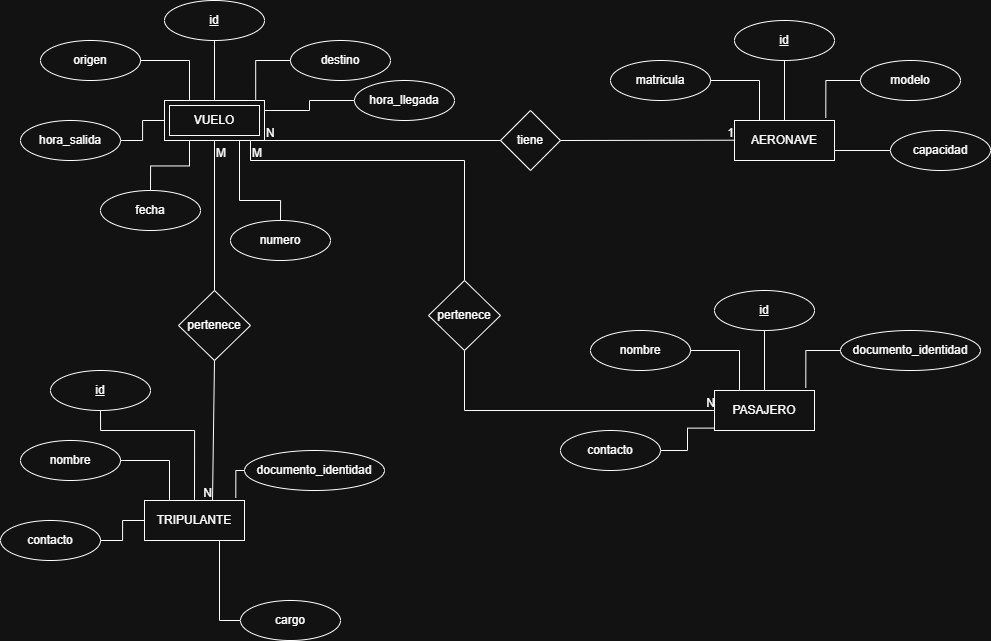
Earlier version of the draw.io export Diagrama_MER.png (CamiloRC317/Redondo_Juan_Taller_LATAM). Source tidied: cells renumbered, new cells last; positions are measured from the earlier drawing's top-left corner, leaving out a move shared by most shapes. The source it was exported from:
```xml
<mxGraphModel>
  <root>
    <mxCell id="0" />
    <mxCell id="1" parent="0" />
    <mxCell id="2" style="edgeStyle=orthogonalEdgeStyle;rounded=0;jettySize=auto;html=1;exitX=0.5;exitY=1;exitDx=0;exitDy=0;entryX=0.5;entryY=0;entryDx=0;entryDy=0;endArrow=none;endFill=0;" parent="1" edge="1" source="3">
      <mxGeometry relative="1" as="geometry">
        <mxPoint x="214" y="100" as="targetPoint" />
      </mxGeometry>
    </mxCell>
    <mxCell id="3" value="id" style="ellipse;whiteSpace=wrap;html=1;align=center;fontStyle=4;" parent="1" vertex="1">
      <mxGeometry x="164" width="100" height="40" as="geometry" />
    </mxCell>
    <mxCell id="4" value="origen" style="ellipse;whiteSpace=wrap;html=1;align=center;" parent="1" vertex="1">
      <mxGeometry x="40" y="40" width="100" height="40" as="geometry" />
    </mxCell>
    <mxCell id="5" value="destino" style="ellipse;whiteSpace=wrap;html=1;align=center;" parent="1" vertex="1">
      <mxGeometry x="290" y="40" width="100" height="40" as="geometry" />
    </mxCell>
    <mxCell id="6" style="edgeStyle=orthogonalEdgeStyle;rounded=0;jettySize=auto;html=1;exitX=1;exitY=0.5;exitDx=0;exitDy=0;entryX=0;entryY=0.5;entryDx=0;entryDy=0;endArrow=none;endFill=0;" parent="1" edge="1" source="7">
      <mxGeometry relative="1" as="geometry">
        <mxPoint x="164" y="120" as="targetPoint" />
      </mxGeometry>
    </mxCell>
    <mxCell id="7" value="hora_salida" style="ellipse;whiteSpace=wrap;html=1;align=center;" parent="1" vertex="1">
      <mxGeometry x="20" y="120" width="100" height="40" as="geometry" />
    </mxCell>
    <mxCell id="8" style="edgeStyle=orthogonalEdgeStyle;rounded=0;jettySize=auto;html=1;exitX=0.5;exitY=0;exitDx=0;exitDy=0;entryX=0.75;entryY=1;entryDx=0;entryDy=0;startArrow=none;startFill=0;endArrow=none;endFill=0;" parent="1" edge="1" source="9">
      <mxGeometry relative="1" as="geometry">
        <mxPoint x="239" y="140" as="targetPoint" />
        <Array as="points">
          <mxPoint x="280" y="200" />
          <mxPoint x="239" y="200" />
        </Array>
      </mxGeometry>
    </mxCell>
    <mxCell id="9" value="numero" style="ellipse;whiteSpace=wrap;html=1;align=center;" parent="1" vertex="1">
      <mxGeometry x="230" y="220" width="100" height="40" as="geometry" />
    </mxCell>
    <mxCell id="10" style="edgeStyle=orthogonalEdgeStyle;rounded=0;jettySize=auto;html=1;exitX=0;exitY=0.5;exitDx=0;exitDy=0;entryX=1;entryY=0.25;entryDx=0;entryDy=0;endArrow=none;endFill=0;" parent="1" edge="1" source="11" target="60">
      <mxGeometry relative="1" as="geometry" />
    </mxCell>
    <mxCell id="11" value="hora_llegada" style="ellipse;whiteSpace=wrap;html=1;align=center;" parent="1" vertex="1">
      <mxGeometry x="354" y="80" width="100" height="40" as="geometry" />
    </mxCell>
    <mxCell id="12" style="edgeStyle=orthogonalEdgeStyle;rounded=0;jettySize=auto;html=1;exitX=0.5;exitY=0;exitDx=0;exitDy=0;entryX=0.25;entryY=1;entryDx=0;entryDy=0;endArrow=none;endFill=0;" parent="1" edge="1" source="13">
      <mxGeometry relative="1" as="geometry">
        <mxPoint x="189" y="140" as="targetPoint" />
      </mxGeometry>
    </mxCell>
    <mxCell id="13" value="fecha" style="ellipse;whiteSpace=wrap;html=1;align=center;" parent="1" vertex="1">
      <mxGeometry x="100" y="190" width="100" height="40" as="geometry" />
    </mxCell>
    <mxCell id="14" style="edgeStyle=orthogonalEdgeStyle;rounded=0;jettySize=auto;html=1;exitX=0;exitY=0.5;exitDx=0;exitDy=0;entryX=0.912;entryY=-0.02;entryDx=0;entryDy=0;entryPerimeter=0;endArrow=none;endFill=0;" parent="1" edge="1" source="5" target="60">
      <mxGeometry relative="1" as="geometry" />
    </mxCell>
    <mxCell id="15" style="edgeStyle=orthogonalEdgeStyle;rounded=0;jettySize=auto;html=1;exitX=1;exitY=0.5;exitDx=0;exitDy=0;entryX=0.25;entryY=0;entryDx=0;entryDy=0;endArrow=none;endFill=0;" parent="1" edge="1" source="4">
      <mxGeometry relative="1" as="geometry">
        <mxPoint x="189" y="100" as="targetPoint" />
      </mxGeometry>
    </mxCell>
    <mxCell id="16" value="AERONAVE" style="whiteSpace=wrap;html=1;align=center;" parent="1" vertex="1">
      <mxGeometry x="734" y="120" width="100" height="40" as="geometry" />
    </mxCell>
    <mxCell id="17" style="edgeStyle=orthogonalEdgeStyle;rounded=0;jettySize=auto;html=1;exitX=0.5;exitY=1;exitDx=0;exitDy=0;entryX=0.5;entryY=0;entryDx=0;entryDy=0;endArrow=none;endFill=0;" parent="1" edge="1" source="18" target="16">
      <mxGeometry relative="1" as="geometry" />
    </mxCell>
    <mxCell id="18" value="id" style="ellipse;whiteSpace=wrap;html=1;align=center;fontStyle=4;" parent="1" vertex="1">
      <mxGeometry x="734" y="20" width="100" height="40" as="geometry" />
    </mxCell>
    <mxCell id="19" value="matricula" style="ellipse;whiteSpace=wrap;html=1;align=center;" parent="1" vertex="1">
      <mxGeometry x="610" y="60" width="100" height="40" as="geometry" />
    </mxCell>
    <mxCell id="20" value="modelo" style="ellipse;whiteSpace=wrap;html=1;align=center;" parent="1" vertex="1">
      <mxGeometry x="860" y="60" width="100" height="40" as="geometry" />
    </mxCell>
    <mxCell id="21" style="edgeStyle=orthogonalEdgeStyle;rounded=0;jettySize=auto;html=1;exitX=0;exitY=0.5;exitDx=0;exitDy=0;entryX=1;entryY=0.75;entryDx=0;entryDy=0;endArrow=none;endFill=0;" parent="1" edge="1" source="22" target="16">
      <mxGeometry relative="1" as="geometry" />
    </mxCell>
    <mxCell id="22" value="capacidad" style="ellipse;whiteSpace=wrap;html=1;align=center;" parent="1" vertex="1">
      <mxGeometry x="890" y="130" width="100" height="40" as="geometry" />
    </mxCell>
    <mxCell id="23" style="edgeStyle=orthogonalEdgeStyle;rounded=0;jettySize=auto;html=1;exitX=0;exitY=0.5;exitDx=0;exitDy=0;entryX=0.913;entryY=-0.067;entryDx=0;entryDy=0;entryPerimeter=0;endArrow=none;endFill=0;" parent="1" edge="1" source="20" target="16">
      <mxGeometry relative="1" as="geometry" />
    </mxCell>
    <mxCell id="24" style="edgeStyle=orthogonalEdgeStyle;rounded=0;jettySize=auto;html=1;exitX=1;exitY=0.5;exitDx=0;exitDy=0;entryX=0.25;entryY=0;entryDx=0;entryDy=0;endArrow=none;endFill=0;" parent="1" edge="1" source="19" target="16">
      <mxGeometry relative="1" as="geometry" />
    </mxCell>
    <mxCell id="25" value="PASAJERO" style="whiteSpace=wrap;html=1;align=center;" parent="1" vertex="1">
      <mxGeometry x="714" y="390" width="100" height="40" as="geometry" />
    </mxCell>
    <mxCell id="26" style="edgeStyle=orthogonalEdgeStyle;rounded=0;jettySize=auto;html=1;exitX=0.5;exitY=1;exitDx=0;exitDy=0;entryX=0.5;entryY=0;entryDx=0;entryDy=0;endArrow=none;endFill=0;" parent="1" edge="1" source="27" target="25">
      <mxGeometry relative="1" as="geometry" />
    </mxCell>
    <mxCell id="27" value="id" style="ellipse;whiteSpace=wrap;html=1;align=center;fontStyle=4;" parent="1" vertex="1">
      <mxGeometry x="714" y="290" width="100" height="40" as="geometry" />
    </mxCell>
    <mxCell id="28" value="nombre" style="ellipse;whiteSpace=wrap;html=1;align=center;" parent="1" vertex="1">
      <mxGeometry x="590" y="330" width="100" height="40" as="geometry" />
    </mxCell>
    <mxCell id="29" value="documento_identidad" style="ellipse;whiteSpace=wrap;html=1;align=center;" parent="1" vertex="1">
      <mxGeometry x="840" y="330" width="140" height="40" as="geometry" />
    </mxCell>
    <mxCell id="30" style="edgeStyle=orthogonalEdgeStyle;rounded=0;jettySize=auto;html=1;exitX=1;exitY=0.5;exitDx=0;exitDy=0;entryX=-0.008;entryY=0.94;entryDx=0;entryDy=0;endArrow=none;endFill=0;entryPerimeter=0;" parent="1" edge="1" source="31" target="25">
      <mxGeometry relative="1" as="geometry" />
    </mxCell>
    <mxCell id="31" value="contacto" style="ellipse;whiteSpace=wrap;html=1;align=center;" parent="1" vertex="1">
      <mxGeometry x="560" y="430" width="100" height="40" as="geometry" />
    </mxCell>
    <mxCell id="32" style="edgeStyle=orthogonalEdgeStyle;rounded=0;jettySize=auto;html=1;exitX=0;exitY=0.5;exitDx=0;exitDy=0;entryX=0.913;entryY=-0.067;entryDx=0;entryDy=0;entryPerimeter=0;endArrow=none;endFill=0;" parent="1" edge="1" source="29" target="25">
      <mxGeometry relative="1" as="geometry" />
    </mxCell>
    <mxCell id="33" style="edgeStyle=orthogonalEdgeStyle;rounded=0;jettySize=auto;html=1;exitX=1;exitY=0.5;exitDx=0;exitDy=0;entryX=0.25;entryY=0;entryDx=0;entryDy=0;endArrow=none;endFill=0;" parent="1" edge="1" source="28" target="25">
      <mxGeometry relative="1" as="geometry" />
    </mxCell>
    <mxCell id="34" value="TRIPULANTE" style="whiteSpace=wrap;html=1;align=center;" parent="1" vertex="1">
      <mxGeometry x="144" y="500" width="100" height="40" as="geometry" />
    </mxCell>
    <mxCell id="35" style="edgeStyle=orthogonalEdgeStyle;rounded=0;jettySize=auto;html=1;exitX=0.5;exitY=1;exitDx=0;exitDy=0;entryX=0.5;entryY=0;entryDx=0;entryDy=0;endArrow=none;endFill=0;" parent="1" edge="1" source="36" target="34">
      <mxGeometry relative="1" as="geometry">
        <Array as="points">
          <mxPoint x="100" y="430" />
          <mxPoint x="194" y="430" />
        </Array>
      </mxGeometry>
    </mxCell>
    <mxCell id="36" value="id" style="ellipse;whiteSpace=wrap;html=1;align=center;fontStyle=4;" parent="1" vertex="1">
      <mxGeometry x="50" y="370" width="100" height="40" as="geometry" />
    </mxCell>
    <mxCell id="37" value="nombre" style="ellipse;whiteSpace=wrap;html=1;align=center;" parent="1" vertex="1">
      <mxGeometry x="20" y="440" width="100" height="40" as="geometry" />
    </mxCell>
    <mxCell id="38" value="documento_identidad" style="ellipse;whiteSpace=wrap;html=1;align=center;" parent="1" vertex="1">
      <mxGeometry x="244" y="450" width="140" height="40" as="geometry" />
    </mxCell>
    <mxCell id="39" style="edgeStyle=orthogonalEdgeStyle;rounded=0;jettySize=auto;html=1;exitX=1;exitY=0.5;exitDx=0;exitDy=0;entryX=0;entryY=0.5;entryDx=0;entryDy=0;endArrow=none;endFill=0;" parent="1" edge="1" source="40" target="34">
      <mxGeometry relative="1" as="geometry" />
    </mxCell>
    <mxCell id="40" value="contacto" style="ellipse;whiteSpace=wrap;html=1;align=center;" parent="1" vertex="1">
      <mxGeometry y="520" width="100" height="40" as="geometry" />
    </mxCell>
    <mxCell id="41" style="edgeStyle=orthogonalEdgeStyle;rounded=0;jettySize=auto;html=1;exitX=0;exitY=0.5;exitDx=0;exitDy=0;entryX=0.913;entryY=-0.067;entryDx=0;entryDy=0;entryPerimeter=0;endArrow=none;endFill=0;" parent="1" edge="1" source="38" target="34">
      <mxGeometry relative="1" as="geometry" />
    </mxCell>
    <mxCell id="42" style="edgeStyle=orthogonalEdgeStyle;rounded=0;jettySize=auto;html=1;exitX=1;exitY=0.5;exitDx=0;exitDy=0;entryX=0.25;entryY=0;entryDx=0;entryDy=0;endArrow=none;endFill=0;" parent="1" edge="1" source="37" target="34">
      <mxGeometry relative="1" as="geometry" />
    </mxCell>
    <mxCell id="43" style="edgeStyle=orthogonalEdgeStyle;rounded=0;jettySize=auto;html=1;exitX=0;exitY=0.5;exitDx=0;exitDy=0;entryX=0.75;entryY=1;entryDx=0;entryDy=0;endArrow=none;endFill=0;" parent="1" edge="1" source="44" target="34">
      <mxGeometry relative="1" as="geometry" />
    </mxCell>
    <mxCell id="44" value="cargo" style="ellipse;whiteSpace=wrap;html=1;align=center;" parent="1" vertex="1">
      <mxGeometry x="240" y="600" width="100" height="40" as="geometry" />
    </mxCell>
    <mxCell id="45" value="tiene" style="shape=rhombus;perimeter=rhombusPerimeter;whiteSpace=wrap;html=1;align=center;" parent="1" vertex="1">
      <mxGeometry x="500" y="110" width="60" height="60" as="geometry" />
    </mxCell>
    <mxCell id="46" style="endArrow=none;html=1;rounded=0;entryX=0;entryY=0.5;entryDx=0;entryDy=0;exitX=1;exitY=1;exitDx=0;exitDy=0;" parent="1" edge="1" source="60" target="45">
      <mxGeometry relative="1" as="geometry" />
    </mxCell>
    <mxCell id="47" value="N" style="html=1;whiteSpace=wrap;align=left;verticalAlign=bottom;" parent="46" vertex="1">
      <mxGeometry x="-1" relative="1" as="geometry" />
    </mxCell>
    <mxCell id="48" style="endArrow=none;html=1;rounded=0;entryX=0;entryY=0.5;entryDx=0;entryDy=0;exitX=1;exitY=0.5;exitDx=0;exitDy=0;" parent="1" edge="1" source="45">
      <mxGeometry relative="1" as="geometry">
        <mxPoint x="734" y="139.7" as="targetPoint" />
      </mxGeometry>
    </mxCell>
    <mxCell id="49" value="1" style="html=1;whiteSpace=wrap;align=right;verticalAlign=bottom;" parent="48" vertex="1">
      <mxGeometry x="1" relative="1" as="geometry" />
    </mxCell>
    <mxCell id="50" value="pertenece" style="shape=rhombus;perimeter=rhombusPerimeter;whiteSpace=wrap;html=1;align=center;" parent="1" vertex="1">
      <mxGeometry x="178" y="290" width="72" height="70" as="geometry" />
    </mxCell>
    <mxCell id="51" style="endArrow=none;html=1;rounded=0;entryX=0.5;entryY=0;entryDx=0;entryDy=0;exitX=0.5;exitY=1;exitDx=0;exitDy=0;" parent="1" edge="1" target="50">
      <mxGeometry relative="1" as="geometry">
        <mxPoint x="214" y="140" as="sourcePoint" />
      </mxGeometry>
    </mxCell>
    <mxCell id="52" value="M" style="html=1;whiteSpace=wrap;align=left;verticalAlign=bottom;" parent="51" vertex="1">
      <mxGeometry x="-1" relative="1" as="geometry">
        <mxPoint y="20" as="offset" />
      </mxGeometry>
    </mxCell>
    <mxCell id="53" style="endArrow=none;html=1;rounded=0;exitX=0.5;exitY=1;exitDx=0;exitDy=0;" parent="1" edge="1" source="50">
      <mxGeometry relative="1" as="geometry">
        <mxPoint x="212" y="500" as="targetPoint" />
      </mxGeometry>
    </mxCell>
    <mxCell id="54" value="N" style="html=1;whiteSpace=wrap;align=right;verticalAlign=bottom;" parent="53" vertex="1">
      <mxGeometry x="1" relative="1" as="geometry" />
    </mxCell>
    <mxCell id="55" value="pertenece" style="shape=rhombus;perimeter=rhombusPerimeter;whiteSpace=wrap;html=1;align=center;" parent="1" vertex="1">
      <mxGeometry x="428" y="280" width="72" height="70" as="geometry" />
    </mxCell>
    <mxCell id="56" style="endArrow=none;html=1;rounded=0;entryX=0.5;entryY=0;entryDx=0;entryDy=0;" parent="1" edge="1" target="55">
      <mxGeometry relative="1" as="geometry">
        <mxPoint x="250" y="140" as="sourcePoint" />
        <Array as="points">
          <mxPoint x="250" y="160" />
          <mxPoint x="464" y="160" />
        </Array>
      </mxGeometry>
    </mxCell>
    <mxCell id="57" value="M" style="html=1;whiteSpace=wrap;align=left;verticalAlign=bottom;" parent="56" vertex="1">
      <mxGeometry x="-1" relative="1" as="geometry">
        <mxPoint y="20" as="offset" />
      </mxGeometry>
    </mxCell>
    <mxCell id="58" style="endArrow=none;html=1;rounded=0;exitX=0.5;exitY=1;exitDx=0;exitDy=0;entryX=0;entryY=0.5;entryDx=0;entryDy=0;" parent="1" edge="1" source="55" target="25">
      <mxGeometry relative="1" as="geometry">
        <Array as="points">
          <mxPoint x="464" y="410" />
        </Array>
      </mxGeometry>
    </mxCell>
    <mxCell id="59" value="N" style="html=1;whiteSpace=wrap;align=right;verticalAlign=bottom;" parent="58" vertex="1">
      <mxGeometry x="1" relative="1" as="geometry" />
    </mxCell>
    <mxCell id="60" value="VUELO" style="shape=ext;margin=3;double=1;whiteSpace=wrap;html=1;align=center;" parent="1" vertex="1">
      <mxGeometry x="164" y="100" width="100" height="40" as="geometry" />
    </mxCell>
  </root>
</mxGraphModel>
```
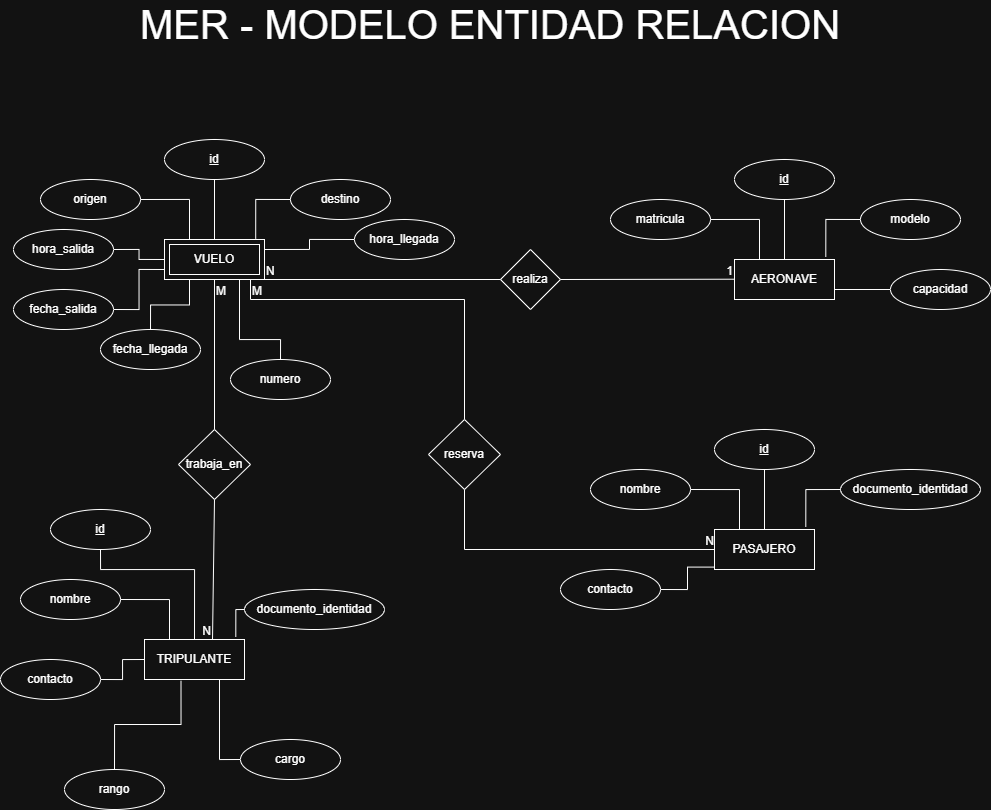
Later version of the same file.

What changed in the source:
```diff
@@ -22,7 +22,7 @@
       </mxGeometry>
     </mxCell>
     <mxCell id="7" value="hora_salida" style="ellipse;whiteSpace=wrap;html=1;align=center;" parent="1" vertex="1">
-      <mxGeometry x="20" y="120" width="100" height="40" as="geometry" />
+      <mxGeometry x="13" y="90" width="100" height="40" as="geometry" />
     </mxCell>
     <mxCell id="8" style="edgeStyle=orthogonalEdgeStyle;rounded=0;jettySize=auto;html=1;exitX=0.5;exitY=0;exitDx=0;exitDy=0;entryX=0.75;entryY=1;entryDx=0;entryDy=0;startArrow=none;startFill=0;endArrow=none;endFill=0;" parent="1" edge="1" source="9">
       <mxGeometry relative="1" as="geometry">
@@ -47,7 +47,7 @@
         <mxPoint x="189" y="140" as="targetPoint" />
       </mxGeometry>
     </mxCell>
-    <mxCell id="13" value="fecha" style="ellipse;whiteSpace=wrap;html=1;align=center;" parent="1" vertex="1">
+    <mxCell id="13" value="fecha_llegada" style="ellipse;whiteSpace=wrap;html=1;align=center;" parent="1" vertex="1">
       <mxGeometry x="100" y="190" width="100" height="40" as="geometry" />
     </mxCell>
     <mxCell id="14" style="edgeStyle=orthogonalEdgeStyle;rounded=0;jettySize=auto;html=1;exitX=0;exitY=0.5;exitDx=0;exitDy=0;entryX=0.912;entryY=-0.02;entryDx=0;entryDy=0;entryPerimeter=0;endArrow=none;endFill=0;" parent="1" edge="1" source="5" target="60">
@@ -150,7 +150,7 @@
     <mxCell id="44" value="cargo" style="ellipse;whiteSpace=wrap;html=1;align=center;" parent="1" vertex="1">
       <mxGeometry x="240" y="600" width="100" height="40" as="geometry" />
     </mxCell>
-    <mxCell id="45" value="tiene" style="shape=rhombus;perimeter=rhombusPerimeter;whiteSpace=wrap;html=1;align=center;" parent="1" vertex="1">
+    <mxCell id="45" value="realiza" style="shape=rhombus;perimeter=rhombusPerimeter;whiteSpace=wrap;html=1;align=center;" parent="1" vertex="1">
       <mxGeometry x="500" y="110" width="60" height="60" as="geometry" />
     </mxCell>
     <mxCell id="46" style="endArrow=none;html=1;rounded=0;entryX=0;entryY=0.5;entryDx=0;entryDy=0;exitX=1;exitY=1;exitDx=0;exitDy=0;" parent="1" edge="1" source="60" target="45">
@@ -167,7 +167,7 @@
     <mxCell id="49" value="1" style="html=1;whiteSpace=wrap;align=right;verticalAlign=bottom;" parent="48" vertex="1">
       <mxGeometry x="1" relative="1" as="geometry" />
     </mxCell>
-    <mxCell id="50" value="pertenece" style="shape=rhombus;perimeter=rhombusPerimeter;whiteSpace=wrap;html=1;align=center;" parent="1" vertex="1">
+    <mxCell id="50" value="trabaja_en" style="shape=rhombus;perimeter=rhombusPerimeter;whiteSpace=wrap;html=1;align=center;" parent="1" vertex="1">
       <mxGeometry x="178" y="290" width="72" height="70" as="geometry" />
     </mxCell>
     <mxCell id="51" style="endArrow=none;html=1;rounded=0;entryX=0.5;entryY=0;entryDx=0;entryDy=0;exitX=0.5;exitY=1;exitDx=0;exitDy=0;" parent="1" edge="1" target="50">
@@ -188,7 +188,7 @@
     <mxCell id="54" value="N" style="html=1;whiteSpace=wrap;align=right;verticalAlign=bottom;" parent="53" vertex="1">
       <mxGeometry x="1" relative="1" as="geometry" />
     </mxCell>
-    <mxCell id="55" value="pertenece" style="shape=rhombus;perimeter=rhombusPerimeter;whiteSpace=wrap;html=1;align=center;" parent="1" vertex="1">
+    <mxCell id="55" value="reserva" style="shape=rhombus;perimeter=rhombusPerimeter;whiteSpace=wrap;html=1;align=center;" parent="1" vertex="1">
       <mxGeometry x="428" y="280" width="72" height="70" as="geometry" />
     </mxCell>
     <mxCell id="56" style="endArrow=none;html=1;rounded=0;entryX=0.5;entryY=0;entryDx=0;entryDy=0;" parent="1" edge="1" target="55">
@@ -218,5 +218,20 @@
     <mxCell id="60" value="VUELO" style="shape=ext;margin=3;double=1;whiteSpace=wrap;html=1;align=center;" parent="1" vertex="1">
       <mxGeometry x="164" y="100" width="100" height="40" as="geometry" />
     </mxCell>
+    <mxCell id="61" value="rango" style="ellipse;whiteSpace=wrap;html=1;align=center;" parent="1" vertex="1">
+      <mxGeometry x="64" y="630" width="100" height="40" as="geometry" />
+    </mxCell>
+    <mxCell id="62" style="edgeStyle=orthogonalEdgeStyle;rounded=0;jettySize=auto;html=1;exitX=0.5;exitY=0;exitDx=0;exitDy=0;entryX=0.365;entryY=1.033;entryDx=0;entryDy=0;entryPerimeter=0;endArrow=none;endFill=0;" parent="1" edge="1" source="61" target="34">
+      <mxGeometry relative="1" as="geometry" />
+    </mxCell>
+    <mxCell id="63" value="&lt;font style=&quot;font-size: 40px;&quot;&gt;MER - MODELO ENTIDAD RELACION&lt;/font&gt;" style="text;html=1;whiteSpace=wrap;strokeColor=none;fillColor=none;align=center;verticalAlign=middle;rounded=0;" parent="1" vertex="1">
+      <mxGeometry x="70" y="-130" width="840" height="30" as="geometry" />
+    </mxCell>
+    <mxCell id="64" style="edgeStyle=orthogonalEdgeStyle;rounded=0;jettySize=auto;html=1;exitX=1;exitY=0.5;exitDx=0;exitDy=0;entryX=0;entryY=0.75;entryDx=0;entryDy=0;endArrow=none;endFill=0;" parent="1" edge="1" source="65" target="60">
+      <mxGeometry relative="1" as="geometry" />
+    </mxCell>
+    <mxCell id="65" value="fecha_salida" style="ellipse;whiteSpace=wrap;html=1;align=center;" parent="1" vertex="1">
+      <mxGeometry x="13" y="150" width="100" height="40" as="geometry" />
+    </mxCell>
   </root>
 </mxGraphModel>
```
